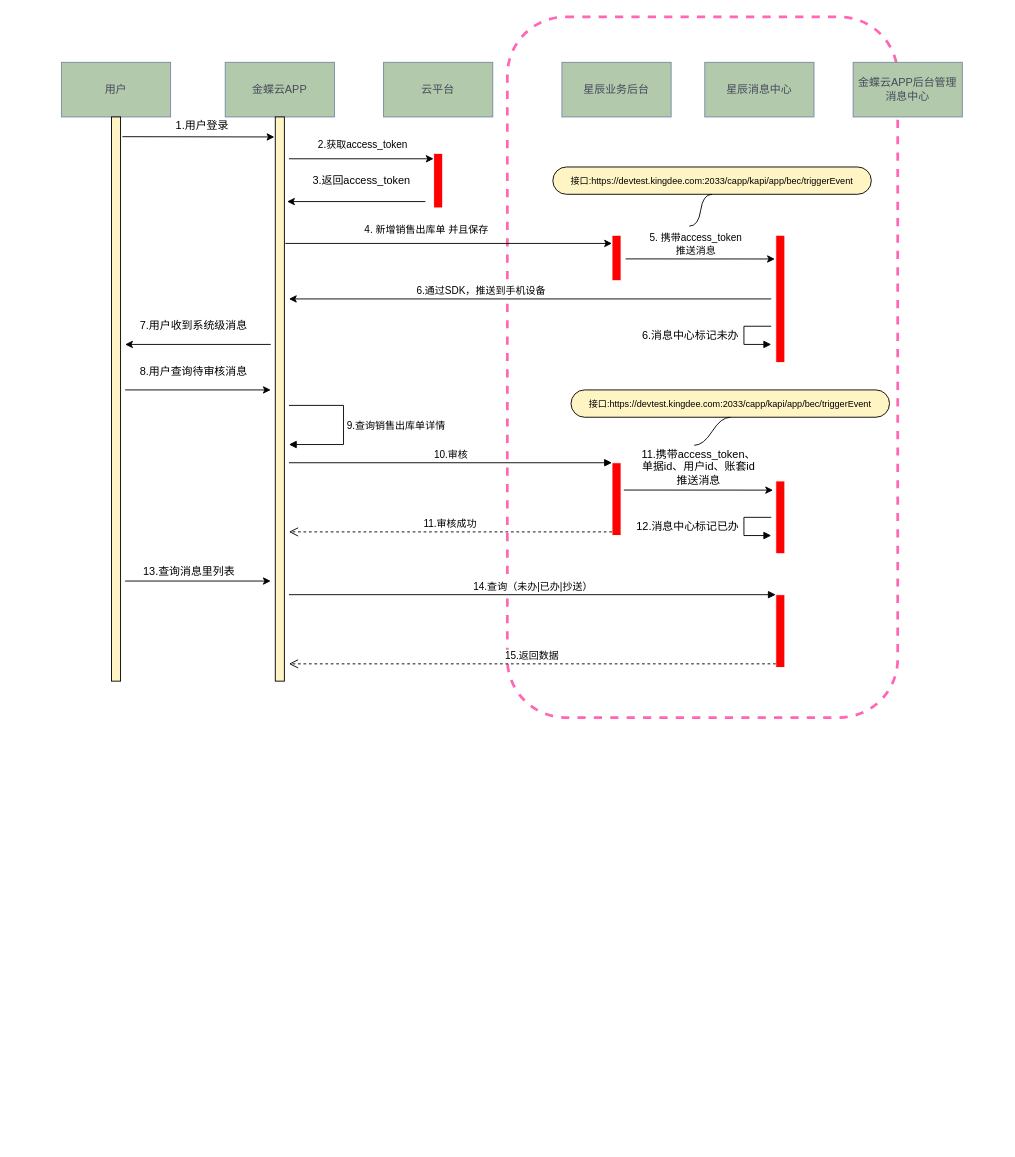
Above: 消息中心.drawio in Mark-LoveFootball/mind (draw.io), before the change. Source tidied: cells renumbered, new cells numbered last; positions are measured from the earlier drawing's top-left corner, leaving out a move shared by most shapes. Both pictures are drawn from the tidied source at 91%, with x=0, y=0 at pixel (61, 16).
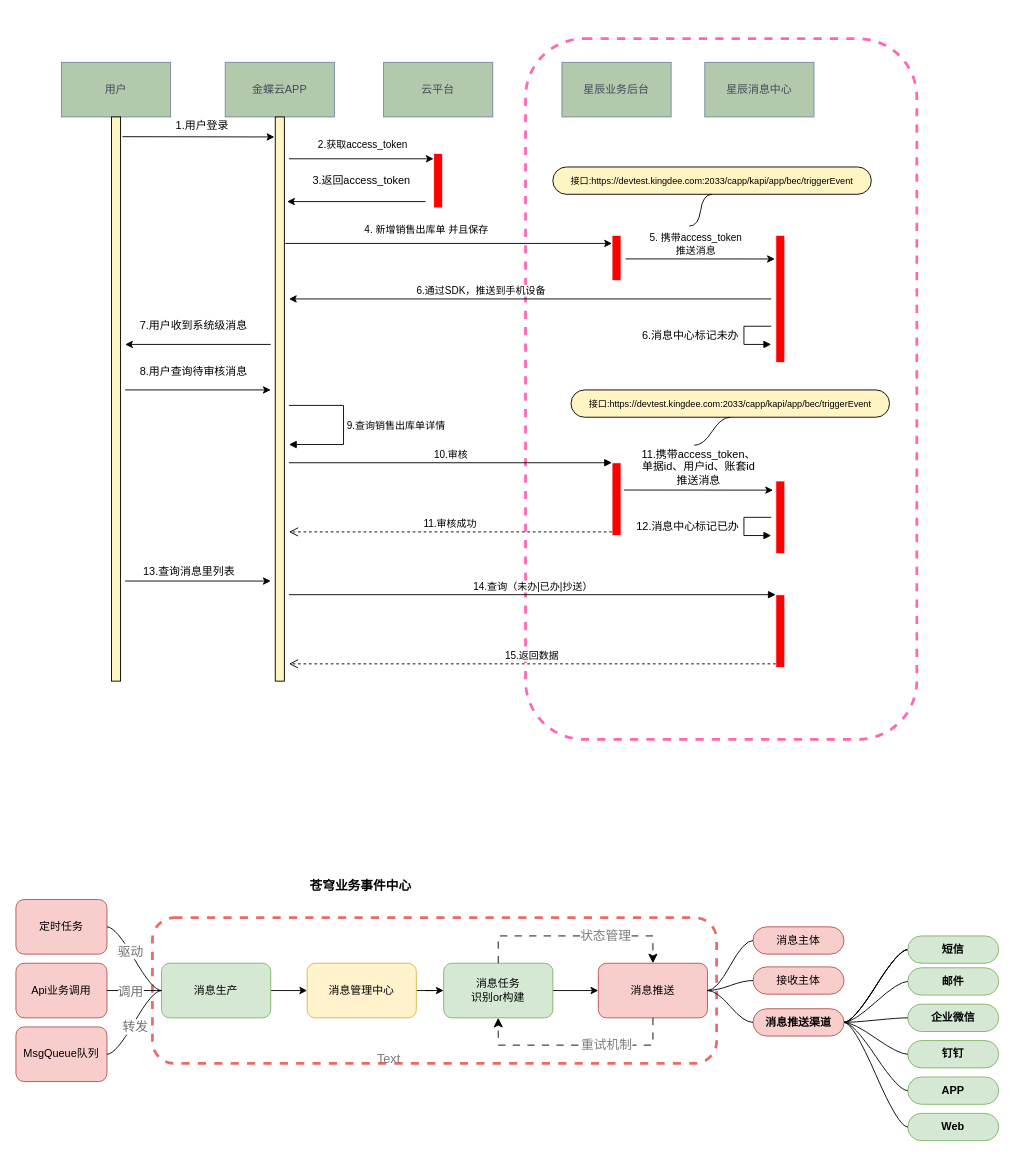
After the change.

Commit message:
更新消息中心.drawio

The edit, as a diff of the source:
```diff
@@
     <mxCell id="2" style="rounded=1;whiteSpace=wrap;html=1;fontSize=10;fontColor=#333333;dashed=1;shadow=0;gradientDirection=north;gradientColor=#FFFFFF;fillColor=none;strokeColor=#FF66B3;strokeWidth=3;" parent="1" vertex="1">
-      <mxGeometry x="490" width="429" height="770" as="geometry" />
+      <mxGeometry x="510" y="24" width="430" height="770" as="geometry" />
     </mxCell>
@@
-    <mxCell id="7" value="金蝶云APP后台管理消息中心" style="rounded=0;whiteSpace=wrap;html=1;fillColor=#B2C9AB;strokeColor=#788AA3;fontColor=#46495D;" parent="1" vertex="1">
-      <mxGeometry x="870" y="50" width="120" height="60" as="geometry" />
-    </mxCell>
@@
+    <mxCell id="50" style="rounded=1;whiteSpace=wrap;html=1;dashed=1;fillColor=none;strokeColor=#EA6B66;strokeWidth=3;" parent="1" vertex="1">
+      <mxGeometry x="100" y="990" width="620" height="160" as="geometry" />
+    </mxCell>
+    <mxCell id="51" style="edgeStyle=orthogonalEdgeStyle;rounded=0;jettySize=auto;html=1;" parent="1" edge="1" source="52" target="54">
+      <mxGeometry relative="1" as="geometry" />
+    </mxCell>
+    <mxCell id="52" value="消息生产" style="rounded=1;whiteSpace=wrap;html=1;fillColor=#d5e8d4;strokeColor=#82b366;" parent="1" vertex="1">
+      <mxGeometry x="110" y="1040" width="120" height="60" as="geometry" />
+    </mxCell>
+    <mxCell id="53" style="edgeStyle=orthogonalEdgeStyle;rounded=0;jettySize=auto;html=1;" parent="1" edge="1" source="54" target="56">
+      <mxGeometry relative="1" as="geometry" />
+    </mxCell>
+    <mxCell id="54" value="消息管理中心" style="whiteSpace=wrap;html=1;rounded=1;fillColor=#fff2cc;strokeColor=#d6b656;" parent="1" vertex="1">
+      <mxGeometry x="270" y="1040" width="120" height="60" as="geometry" />
+    </mxCell>
+    <mxCell id="55" style="edgeStyle=orthogonalEdgeStyle;rounded=0;jettySize=auto;html=1;" parent="1" edge="1" source="56" target="57">
+      <mxGeometry relative="1" as="geometry" />
+    </mxCell>
+    <mxCell id="56" value="消息任务&lt;br&gt;识别or构建" style="whiteSpace=wrap;html=1;rounded=1;fillColor=#d5e8d4;strokeColor=#82b366;" parent="1" vertex="1">
+      <mxGeometry x="420" y="1040" width="120" height="60" as="geometry" />
+    </mxCell>
+    <mxCell id="57" value="消息推送" style="whiteSpace=wrap;html=1;rounded=1;fillColor=#f8cecc;strokeColor=#b85450;" parent="1" vertex="1">
+      <mxGeometry x="590" y="1040" width="120" height="60" as="geometry" />
+    </mxCell>
+    <mxCell id="58" value="消息主体" style="whiteSpace=wrap;html=1;rounded=1;arcSize=50;align=center;verticalAlign=middle;strokeWidth=1;spacing=4;newEdgeStyle={&quot;edgeStyle&quot;:&quot;entityRelationEdgeStyle&quot;,&quot;startArrow&quot;:&quot;none&quot;,&quot;endArrow&quot;:&quot;none&quot;,&quot;segment&quot;:10,&quot;curved&quot;:1,&quot;sourcePerimeterSpacing&quot;:0,&quot;targetPerimeterSpacing&quot;:0};fillColor=#f8cecc;strokeColor=#b85450;" parent="1" vertex="1">
+      <mxGeometry x="760" y="1000" width="100" height="30" as="geometry" />
+    </mxCell>
+    <mxCell id="59" style="edgeStyle=entityRelationEdgeStyle;startArrow=none;endArrow=none;segment=10;curved=1;sourcePerimeterSpacing=0;targetPerimeterSpacing=0;rounded=0;exitX=1;exitY=0.5;exitDx=0;exitDy=0;" parent="1" edge="1" source="57" target="58">
+      <mxGeometry relative="1" as="geometry" />
+    </mxCell>
+    <mxCell id="60" value="接收主体" style="whiteSpace=wrap;html=1;rounded=1;arcSize=50;align=center;verticalAlign=middle;strokeWidth=1;spacing=4;newEdgeStyle={&quot;edgeStyle&quot;:&quot;entityRelationEdgeStyle&quot;,&quot;startArrow&quot;:&quot;none&quot;,&quot;endArrow&quot;:&quot;none&quot;,&quot;segment&quot;:10,&quot;curved&quot;:1,&quot;sourcePerimeterSpacing&quot;:0,&quot;targetPerimeterSpacing&quot;:0};fillColor=#f8cecc;strokeColor=#b85450;" parent="1" vertex="1">
+      <mxGeometry x="760" y="1044" width="100" height="30" as="geometry" />
+    </mxCell>
+    <mxCell id="61" style="edgeStyle=entityRelationEdgeStyle;rounded=0;jettySize=auto;html=1;startArrow=none;endArrow=none;segment=10;curved=1;sourcePerimeterSpacing=0;targetPerimeterSpacing=0;" parent="1" edge="1" source="64" target="67">
+      <mxGeometry relative="1" as="geometry" />
+    </mxCell>
+    <mxCell id="62" style="edgeStyle=entityRelationEdgeStyle;rounded=0;jettySize=auto;html=1;startArrow=none;endArrow=none;segment=10;curved=1;sourcePerimeterSpacing=0;targetPerimeterSpacing=0;" parent="1" edge="1" source="64" target="67">
+      <mxGeometry relative="1" as="geometry" />
+    </mxCell>
+    <mxCell id="63" style="edgeStyle=entityRelationEdgeStyle;rounded=0;jettySize=auto;html=1;startArrow=none;endArrow=none;segment=10;curved=1;sourcePerimeterSpacing=0;targetPerimeterSpacing=0;" parent="1" edge="1" source="64" target="67">
+      <mxGeometry relative="1" as="geometry" />
+    </mxCell>
+    <mxCell id="64" value="消息推送渠道" style="whiteSpace=wrap;html=1;rounded=1;arcSize=50;align=center;verticalAlign=middle;strokeWidth=1;spacing=4;newEdgeStyle={&quot;edgeStyle&quot;:&quot;entityRelationEdgeStyle&quot;,&quot;startArrow&quot;:&quot;none&quot;,&quot;endArrow&quot;:&quot;none&quot;,&quot;segment&quot;:10,&quot;curved&quot;:1,&quot;sourcePerimeterSpacing&quot;:0,&quot;targetPerimeterSpacing&quot;:0};fontStyle=1;fillColor=#f8cecc;strokeColor=#b85450;" parent="1" vertex="1">
+      <mxGeometry x="760" y="1090" width="100" height="30" as="geometry" />
+    </mxCell>
+    <mxCell id="65" style="edgeStyle=entityRelationEdgeStyle;startArrow=none;endArrow=none;segment=10;curved=1;sourcePerimeterSpacing=0;targetPerimeterSpacing=0;rounded=0;exitX=1;exitY=0.5;exitDx=0;exitDy=0;entryX=0;entryY=0.5;entryDx=0;entryDy=0;" parent="1" edge="1" source="57" target="60">
+      <mxGeometry relative="1" as="geometry" />
+    </mxCell>
+    <mxCell id="66" style="edgeStyle=entityRelationEdgeStyle;startArrow=none;endArrow=none;segment=10;curved=1;sourcePerimeterSpacing=0;targetPerimeterSpacing=0;rounded=0;exitX=1;exitY=0.5;exitDx=0;exitDy=0;" parent="1" edge="1" source="57" target="64">
+      <mxGeometry relative="1" as="geometry" />
+    </mxCell>
+    <mxCell id="67" value="短信" style="whiteSpace=wrap;html=1;rounded=1;arcSize=50;align=center;verticalAlign=middle;strokeWidth=1;spacing=4;newEdgeStyle={&quot;edgeStyle&quot;:&quot;entityRelationEdgeStyle&quot;,&quot;startArrow&quot;:&quot;none&quot;,&quot;endArrow&quot;:&quot;none&quot;,&quot;segment&quot;:10,&quot;curved&quot;:1,&quot;sourcePerimeterSpacing&quot;:0,&quot;targetPerimeterSpacing&quot;:0};fontStyle=1;fillColor=#d5e8d4;strokeColor=#82b366;" parent="1" vertex="1">
+      <mxGeometry x="930" y="1010" width="100" height="30" as="geometry" />
+    </mxCell>
+    <mxCell id="68" value="邮件" style="whiteSpace=wrap;html=1;rounded=1;arcSize=50;align=center;verticalAlign=middle;strokeWidth=1;spacing=4;newEdgeStyle={&quot;edgeStyle&quot;:&quot;entityRelationEdgeStyle&quot;,&quot;startArrow&quot;:&quot;none&quot;,&quot;endArrow&quot;:&quot;none&quot;,&quot;segment&quot;:10,&quot;curved&quot;:1,&quot;sourcePerimeterSpacing&quot;:0,&quot;targetPerimeterSpacing&quot;:0};fontStyle=1;fillColor=#d5e8d4;strokeColor=#82b366;" parent="1" vertex="1">
+      <mxGeometry x="930" y="1045" width="100" height="30" as="geometry" />
+    </mxCell>
+    <mxCell id="69" value="企业微信" style="whiteSpace=wrap;html=1;rounded=1;arcSize=50;align=center;verticalAlign=middle;strokeWidth=1;spacing=4;newEdgeStyle={&quot;edgeStyle&quot;:&quot;entityRelationEdgeStyle&quot;,&quot;startArrow&quot;:&quot;none&quot;,&quot;endArrow&quot;:&quot;none&quot;,&quot;segment&quot;:10,&quot;curved&quot;:1,&quot;sourcePerimeterSpacing&quot;:0,&quot;targetPerimeterSpacing&quot;:0};fontStyle=1;fillColor=#d5e8d4;strokeColor=#82b366;" parent="1" vertex="1">
+      <mxGeometry x="930" y="1085" width="100" height="30" as="geometry" />
+    </mxCell>
+    <mxCell id="70" value="钉钉" style="whiteSpace=wrap;html=1;rounded=1;arcSize=50;align=center;verticalAlign=middle;strokeWidth=1;spacing=4;newEdgeStyle={&quot;edgeStyle&quot;:&quot;entityRelationEdgeStyle&quot;,&quot;startArrow&quot;:&quot;none&quot;,&quot;endArrow&quot;:&quot;none&quot;,&quot;segment&quot;:10,&quot;curved&quot;:1,&quot;sourcePerimeterSpacing&quot;:0,&quot;targetPerimeterSpacing&quot;:0};fontStyle=1;fillColor=#d5e8d4;strokeColor=#82b366;" parent="1" vertex="1">
+      <mxGeometry x="930" y="1125" width="100" height="30" as="geometry" />
+    </mxCell>
+    <mxCell id="71" value="APP" style="whiteSpace=wrap;html=1;rounded=1;arcSize=50;align=center;verticalAlign=middle;strokeWidth=1;spacing=4;newEdgeStyle={&quot;edgeStyle&quot;:&quot;entityRelationEdgeStyle&quot;,&quot;startArrow&quot;:&quot;none&quot;,&quot;endArrow&quot;:&quot;none&quot;,&quot;segment&quot;:10,&quot;curved&quot;:1,&quot;sourcePerimeterSpacing&quot;:0,&quot;targetPerimeterSpacing&quot;:0};fontStyle=1;fillColor=#d5e8d4;strokeColor=#82b366;" parent="1" vertex="1">
+      <mxGeometry x="930" y="1165" width="100" height="30" as="geometry" />
+    </mxCell>
+    <mxCell id="72" value="Web" style="whiteSpace=wrap;html=1;rounded=1;arcSize=50;align=center;verticalAlign=middle;strokeWidth=1;spacing=4;newEdgeStyle={&quot;edgeStyle&quot;:&quot;entityRelationEdgeStyle&quot;,&quot;startArrow&quot;:&quot;none&quot;,&quot;endArrow&quot;:&quot;none&quot;,&quot;segment&quot;:10,&quot;curved&quot;:1,&quot;sourcePerimeterSpacing&quot;:0,&quot;targetPerimeterSpacing&quot;:0};fontStyle=1;fillColor=#d5e8d4;strokeColor=#82b366;" parent="1" vertex="1">
+      <mxGeometry x="930" y="1205" width="100" height="30" as="geometry" />
+    </mxCell>
+    <mxCell id="73" value="定时任务" style="rounded=1;whiteSpace=wrap;html=1;fillColor=#f8cecc;strokeColor=#b85450;" parent="1" vertex="1">
+      <mxGeometry x="-50" y="970" width="100" height="60" as="geometry" />
+    </mxCell>
+    <mxCell id="74" value="Api业务调用" style="rounded=1;whiteSpace=wrap;html=1;fillColor=#f8cecc;strokeColor=#b85450;" parent="1" vertex="1">
+      <mxGeometry x="-50" y="1040" width="100" height="60" as="geometry" />
+    </mxCell>
+    <mxCell id="75" value="MsgQueue队列" style="rounded=1;whiteSpace=wrap;html=1;fillColor=#f8cecc;strokeColor=#b85450;" parent="1" vertex="1">
+      <mxGeometry x="-50" y="1110" width="100" height="60" as="geometry" />
+    </mxCell>
+    <mxCell id="76" style="edgeStyle=entityRelationEdgeStyle;startArrow=none;endArrow=none;segment=10;curved=1;sourcePerimeterSpacing=0;targetPerimeterSpacing=0;rounded=0;entryX=0;entryY=0.5;entryDx=0;entryDy=0;exitX=1;exitY=0.5;exitDx=0;exitDy=0;" parent="1" edge="1" source="75" target="52">
+      <mxGeometry relative="1" as="geometry" />
+    </mxCell>
+    <mxCell id="77" value="转发" style="edgeLabel;html=1;align=center;verticalAlign=middle;fontSize=14;fontColor=#707070;" parent="76" vertex="1">
+      <mxGeometry x="-0.06" y="-3" relative="1" as="geometry" />
+    </mxCell>
+    <mxCell id="78" style="edgeStyle=entityRelationEdgeStyle;startArrow=none;endArrow=none;segment=10;curved=1;sourcePerimeterSpacing=0;targetPerimeterSpacing=0;rounded=0;entryX=0;entryY=0.5;entryDx=0;entryDy=0;exitX=1;exitY=0.5;exitDx=0;exitDy=0;" parent="1" edge="1" source="74" target="52">
+      <mxGeometry relative="1" as="geometry" />
+    </mxCell>
+    <mxCell id="79" value="调用" style="edgeLabel;html=1;align=center;verticalAlign=middle;fontSize=14;fontColor=#707070;" parent="78" vertex="1">
+      <mxGeometry x="-0.17" relative="1" as="geometry" />
+    </mxCell>
+    <mxCell id="80" style="edgeStyle=entityRelationEdgeStyle;startArrow=none;endArrow=none;segment=10;curved=1;sourcePerimeterSpacing=0;targetPerimeterSpacing=0;rounded=0;exitX=1;exitY=0.5;exitDx=0;exitDy=0;" parent="1" edge="1" source="73">
+      <mxGeometry relative="1" as="geometry">
+        <mxPoint x="110" y="1070" as="targetPoint" />
+      </mxGeometry>
+    </mxCell>
+    <mxCell id="81" value="驱动" style="edgeLabel;html=1;align=center;verticalAlign=middle;fontSize=14;fontColor=#707070;" parent="80" vertex="1">
+      <mxGeometry x="-0.19" relative="1" as="geometry" />
+    </mxCell>
+    <mxCell id="82" style="edgeStyle=entityRelationEdgeStyle;rounded=0;jettySize=auto;html=1;startArrow=none;endArrow=none;segment=10;curved=1;sourcePerimeterSpacing=0;targetPerimeterSpacing=0;entryX=0;entryY=0.5;entryDx=0;entryDy=0;exitX=1;exitY=0.5;exitDx=0;exitDy=0;" parent="1" edge="1" source="64" target="68">
+      <mxGeometry relative="1" as="geometry" />
+    </mxCell>
+    <mxCell id="83" style="edgeStyle=entityRelationEdgeStyle;rounded=0;jettySize=auto;html=1;startArrow=none;endArrow=none;segment=10;curved=1;sourcePerimeterSpacing=0;targetPerimeterSpacing=0;entryX=0;entryY=0.5;entryDx=0;entryDy=0;exitX=1;exitY=0.5;exitDx=0;exitDy=0;" parent="1" edge="1" source="64" target="69">
+      <mxGeometry relative="1" as="geometry" />
+    </mxCell>
+    <mxCell id="84" style="edgeStyle=entityRelationEdgeStyle;rounded=0;jettySize=auto;html=1;startArrow=none;endArrow=none;segment=10;curved=1;sourcePerimeterSpacing=0;targetPerimeterSpacing=0;entryX=0;entryY=0.5;entryDx=0;entryDy=0;exitX=1;exitY=0.5;exitDx=0;exitDy=0;" parent="1" edge="1" source="64" target="70">
+      <mxGeometry relative="1" as="geometry" />
+    </mxCell>
+    <mxCell id="85" style="edgeStyle=entityRelationEdgeStyle;rounded=0;jettySize=auto;html=1;startArrow=none;endArrow=none;segment=10;curved=1;sourcePerimeterSpacing=0;targetPerimeterSpacing=0;entryX=0;entryY=0.5;entryDx=0;entryDy=0;exitX=1;exitY=0.5;exitDx=0;exitDy=0;" parent="1" edge="1" source="64" target="71">
+      <mxGeometry relative="1" as="geometry" />
+    </mxCell>
+    <mxCell id="86" style="edgeStyle=entityRelationEdgeStyle;rounded=0;jettySize=auto;html=1;startArrow=none;endArrow=none;segment=10;curved=1;sourcePerimeterSpacing=0;targetPerimeterSpacing=0;entryX=0;entryY=0.5;entryDx=0;entryDy=0;exitX=1;exitY=0.5;exitDx=0;exitDy=0;" parent="1" edge="1" source="64" target="72">
+      <mxGeometry relative="1" as="geometry" />
+    </mxCell>
+    <mxCell id="87" value="苍穹业务事件中心" style="text;html=1;strokeColor=none;fillColor=none;align=center;verticalAlign=middle;whiteSpace=wrap;rounded=0;fontStyle=1;fontSize=14;" parent="1" vertex="1">
+      <mxGeometry x="244" y="940" width="170" height="30" as="geometry" />
+    </mxCell>
+    <mxCell id="88" style="edgeStyle=elbowEdgeStyle;elbow=horizontal;endArrow=classic;html=1;curved=0;rounded=0;endSize=8;startSize=8;dashed=1;dashPattern=8 8;fontSize=14;exitX=0.5;exitY=0;exitDx=0;exitDy=0;entryX=0.5;entryY=0;entryDx=0;entryDy=0;" parent="1" edge="1" source="56" target="57">
+      <mxGeometry relative="1" as="geometry">
+        <Array as="points">
+          <mxPoint x="570" y="1010" />
+        </Array>
+      </mxGeometry>
+    </mxCell>
+    <mxCell id="89" value="状态管理" style="edgeLabel;html=1;align=center;verticalAlign=middle;fontSize=14;fontColor=#7D7B7D;" parent="88" vertex="1">
+      <mxGeometry x="0.28" y="1" relative="1" as="geometry" />
+    </mxCell>
+    <mxCell id="90" style="edgeStyle=elbowEdgeStyle;elbow=horizontal;endArrow=classic;html=1;curved=0;rounded=0;endSize=8;startSize=8;dashed=1;dashPattern=8 8;fontSize=14;exitX=0.5;exitY=1;exitDx=0;exitDy=0;entryX=0.5;entryY=1;entryDx=0;entryDy=0;" parent="1" edge="1" source="57" target="56">
+      <mxGeometry relative="1" as="geometry">
+        <Array as="points">
+          <mxPoint x="560" y="1130" />
+        </Array>
+      </mxGeometry>
+    </mxCell>
+    <mxCell id="91" value="重试机制" style="edgeLabel;html=1;align=center;verticalAlign=middle;fontSize=14;fontColor=#7D7B7D;" parent="90" vertex="1">
+      <mxGeometry x="-0.29" y="-1" relative="1" as="geometry" />
+    </mxCell>
+    <mxCell id="92" value="Text" style="text;html=1;strokeColor=none;fillColor=none;align=center;verticalAlign=middle;whiteSpace=wrap;rounded=0;fontSize=14;fontColor=#7D7B7D;" parent="1" vertex="1">
+      <mxGeometry x="330" y="1130" width="60" height="30" as="geometry" />
+    </mxCell>
```
